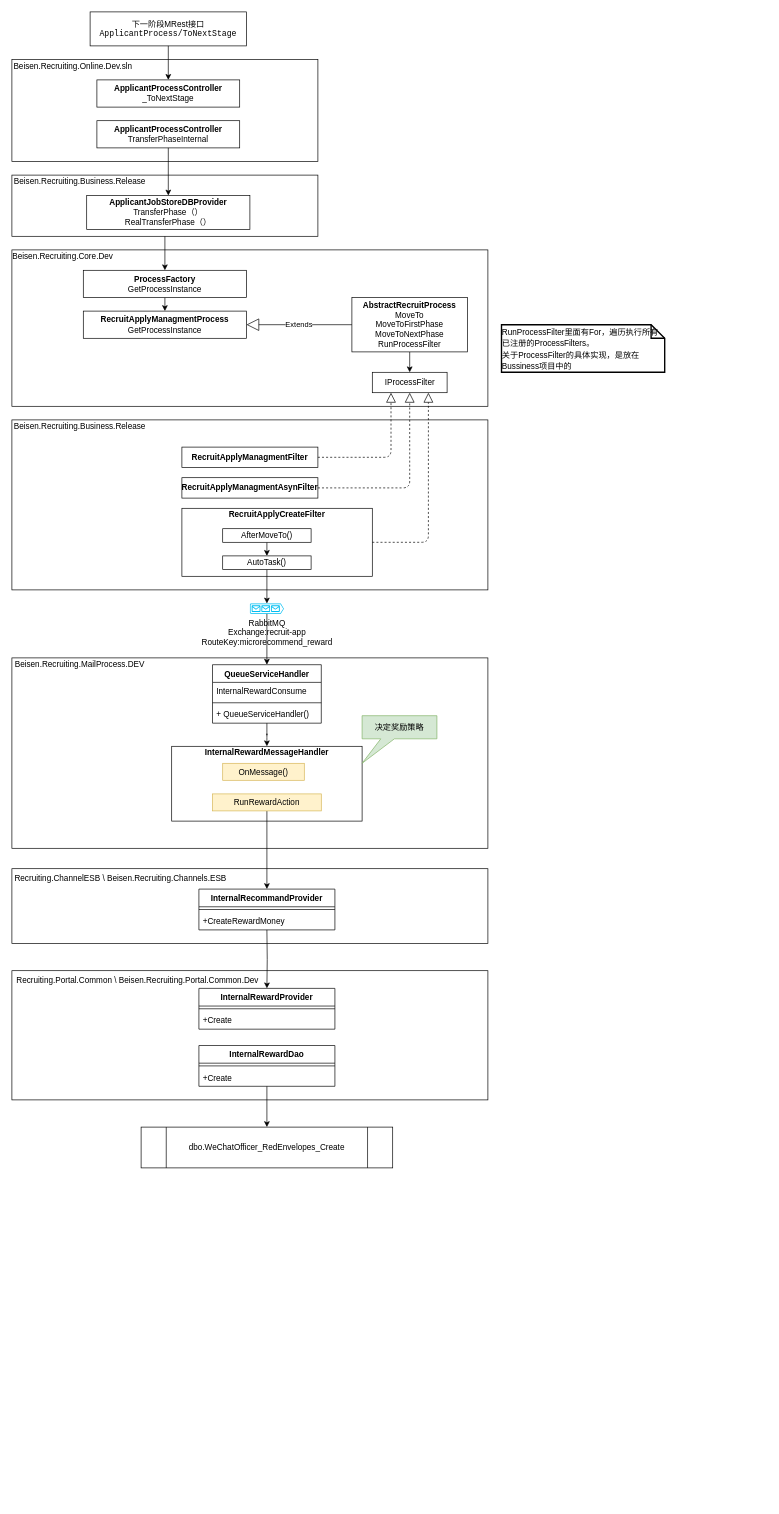
Earlier version of the draw.io diagram 转移阶段-奖励计算.drawio (Lucas20029/MyDiagrams). Source tidied: cells renumbered, new cells numbered last; positions are measured from the earlier drawing's top-left corner, leaving out a move shared by most shapes. Both pictures are drawn from the tidied source at 68%, with x=0, y=0 at pixel (12, 12).
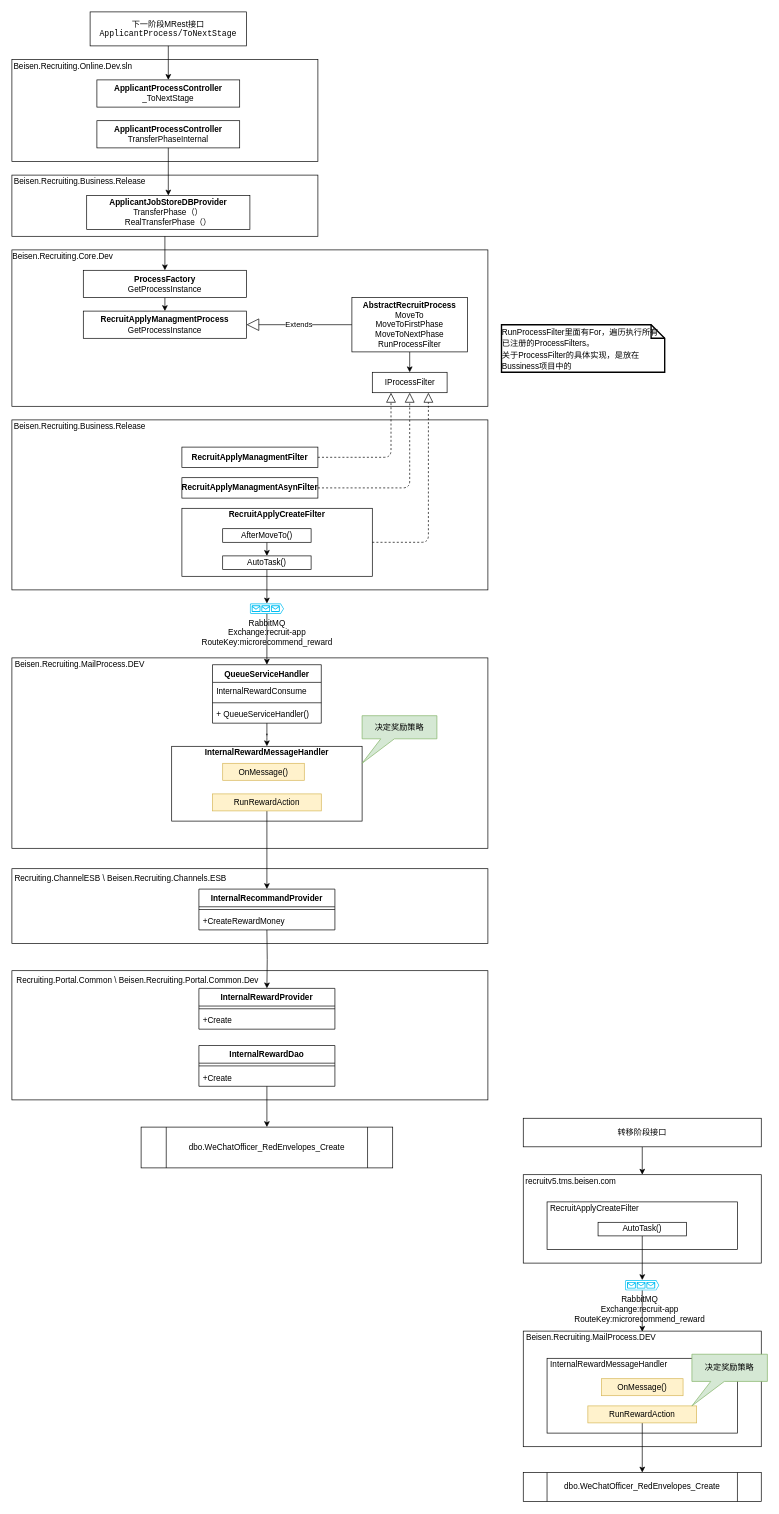
After the change.

Commit message:
Update 转移阶段-奖励计算.drawio

Diff of the diagram source:
```diff
@@
+    <mxCell id="68" style="whiteSpace=wrap;html=1;" parent="1" vertex="1">
+      <mxGeometry x="752" y="1710" width="350" height="130" as="geometry" />
+    </mxCell>
@@
+    <mxCell id="69" style="edgeStyle=orthogonalEdgeStyle;rounded=0;jettySize=auto;html=1;exitX=0.5;exitY=1;exitDx=0;exitDy=0;fontColor=#000000;entryX=0.5;entryY=0;entryDx=0;entryDy=0;" parent="1" edge="1" source="70" target="68">
+      <mxGeometry relative="1" as="geometry" />
+    </mxCell>
+    <mxCell id="70" value="转移阶段接口" style="whiteSpace=wrap;html=1;" parent="1" vertex="1">
+      <mxGeometry x="752" y="1627" width="350" height="42" as="geometry" />
+    </mxCell>
+    <mxCell id="71" value="recruitv5.tms.beisen.com" style="text;html=1;strokeColor=none;fillColor=none;align=center;verticalAlign=middle;whiteSpace=wrap;rounded=0;fontColor=#000000;" parent="1" vertex="1">
+      <mxGeometry x="752" y="1710" width="140" height="20" as="geometry" />
+    </mxCell>
+    <mxCell id="72" style="whiteSpace=wrap;html=1;" parent="1" vertex="1">
+      <mxGeometry x="787" y="1750" width="280" height="70" as="geometry" />
+    </mxCell>
+    <mxCell id="73" value="RecruitApplyCreateFilter" style="text;html=1;strokeColor=none;fillColor=none;align=center;verticalAlign=middle;whiteSpace=wrap;" parent="1" vertex="1">
+      <mxGeometry x="787" y="1750" width="140" height="20" as="geometry" />
+    </mxCell>
+    <mxCell id="74" style="edgeStyle=orthogonalEdgeStyle;rounded=0;jettySize=auto;html=1;exitX=0.5;exitY=1;exitDx=0;exitDy=0;entryX=0.5;entryY=0;entryDx=0;entryDy=0;entryPerimeter=0;fontColor=#000000;" parent="1" edge="1" source="75" target="78">
+      <mxGeometry relative="1" as="geometry" />
+    </mxCell>
+    <mxCell id="75" value="AutoTask()" style="whiteSpace=wrap;html=1;" parent="1" vertex="1">
+      <mxGeometry x="862" y="1780" width="130" height="20" as="geometry" />
+    </mxCell>
+    <mxCell id="76" value="RabbitMQ&lt;br&gt;Exchange:recruit-app&lt;br&gt;RouteKey:microrecommend_reward" style="verticalLabelPosition=bottom;html=1;verticalAlign=top;align=center;strokeColor=none;shape=mxgraph.azure.queue_generic;" parent="1" vertex="1">
+      <mxGeometry x="897.5" y="1865" width="50" height="15" as="geometry" />
+    </mxCell>
+    <mxCell id="77" style="edgeStyle=orthogonalEdgeStyle;rounded=0;jettySize=auto;html=1;exitX=0.5;exitY=1;exitDx=0;exitDy=0;exitPerimeter=0;entryX=0.875;entryY=0.05;entryDx=0;entryDy=0;entryPerimeter=0;fontColor=#000000;" parent="1" edge="1" source="78" target="80">
+      <mxGeometry relative="1" as="geometry" />
+    </mxCell>
+    <mxCell id="78" style="verticalLabelPosition=bottom;html=1;verticalAlign=top;align=center;strokeColor=none;fillColor=#00BEF2;shape=mxgraph.azure.queue_generic;" parent="1" vertex="1">
+      <mxGeometry x="902" y="1865" width="50" height="15" as="geometry" />
+    </mxCell>
+    <mxCell id="79" style="rounded=0;whiteSpace=wrap;html=1;fontColor=#000000;" parent="1" vertex="1">
+      <mxGeometry x="752" y="1940" width="350" height="170" as="geometry" />
+    </mxCell>
+    <mxCell id="80" value="Beisen.Recruiting.MailProcess.DEV" style="text;html=1;strokeColor=none;fillColor=none;align=center;verticalAlign=middle;whiteSpace=wrap;" parent="1" vertex="1">
+      <mxGeometry x="752" y="1940" width="200" height="20" as="geometry" />
+    </mxCell>
+    <mxCell id="81" value="&lt;br&gt;" style="html=1;" parent="1" vertex="1">
+      <mxGeometry x="787" y="1980" width="280" height="110" as="geometry" />
+    </mxCell>
+    <mxCell id="82" value="InternalRewardMessageHandler" style="text;html=1;strokeColor=none;fillColor=none;align=center;verticalAlign=middle;whiteSpace=wrap;" parent="1" vertex="1">
+      <mxGeometry x="787" y="1980" width="181.5" height="20" as="geometry" />
+    </mxCell>
+    <mxCell id="83" value="OnMessage()" style="whiteSpace=wrap;html=1;fillColor=#fff2cc;strokeColor=#d6b656;" parent="1" vertex="1">
+      <mxGeometry x="867" y="2010" width="120" height="25" as="geometry" />
+    </mxCell>
+    <mxCell id="84" style="edgeStyle=orthogonalEdgeStyle;rounded=0;jettySize=auto;html=1;exitX=0.5;exitY=1;exitDx=0;exitDy=0;entryX=0.5;entryY=0;entryDx=0;entryDy=0;fontColor=#000000;" parent="1" edge="1" source="85" target="87">
+      <mxGeometry relative="1" as="geometry" />
+    </mxCell>
+    <mxCell id="85" value="RunRewardAction" style="whiteSpace=wrap;html=1;fillColor=#fff2cc;strokeColor=#d6b656;" parent="1" vertex="1">
+      <mxGeometry x="847" y="2050" width="160" height="25" as="geometry" />
+    </mxCell>
+    <mxCell id="86" value="决定奖励策略" style="shape=callout;whiteSpace=wrap;html=1;perimeter=calloutPerimeter;size=36;position=0.25;position2=0;fillColor=#d5e8d4;strokeColor=#82b366;" parent="1" vertex="1">
+      <mxGeometry x="1000" y="1974" width="111" height="76" as="geometry" />
+    </mxCell>
+    <mxCell id="87" value="dbo.WeChatOfficer_RedEnvelopes_Create" style="shape=process;whiteSpace=wrap;html=1;backgroundOutline=1;" parent="1" vertex="1">
+      <mxGeometry x="752" y="2148" width="350" height="42.5" as="geometry" />
+    </mxCell>
```
